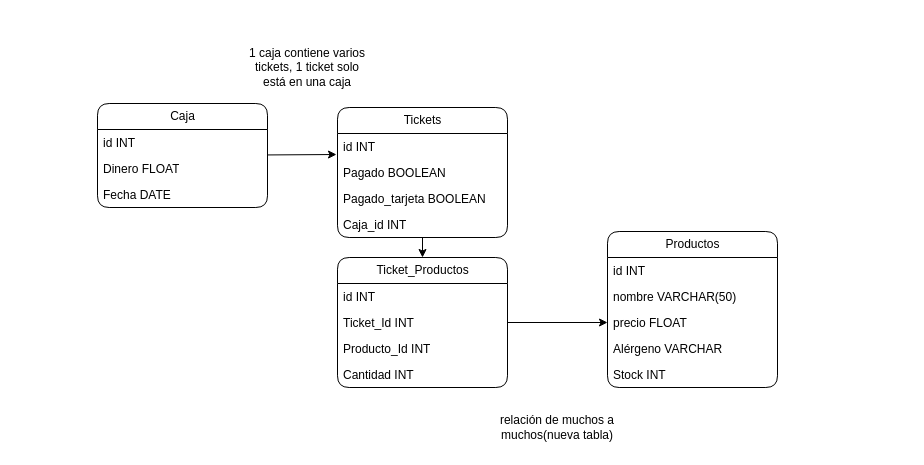
Earlier version of the draw.io diagram BBDD/ModeloRelacional.drawio (MarioMunPeq/Cafeteria-Java-1DAM). Source tidied: cells renumbered, new cells numbered last; positions are measured from the earlier drawing's top-left corner, leaving out a move shared by most shapes. Both pictures are drawn from the tidied source at 100%, with x=0, y=0 at pixel (97, 47).
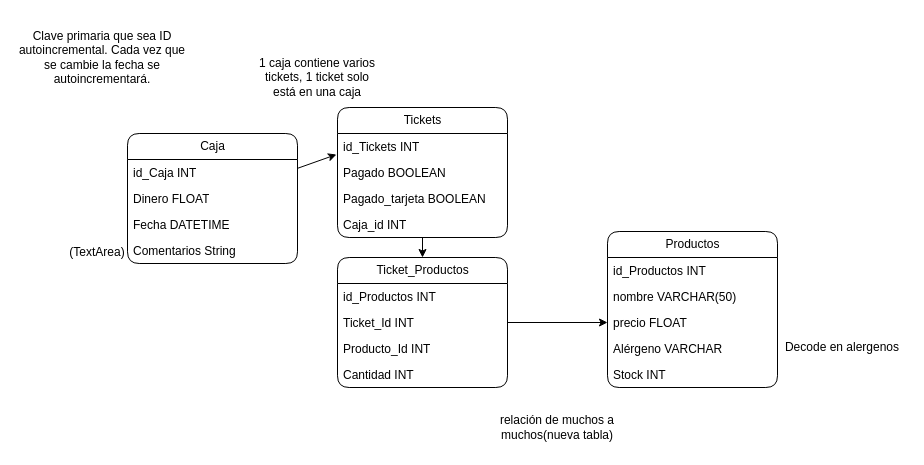
Above is the later version.

The change refers to these unchanged cells:
```xml
<mxCell id="8" value="Tickets" style="swimlane;fontStyle=0;horizontal=1;startSize=26;fillColor=none;html=1;rounded=1;" parent="1" vertex="1">
  <mxGeometry x="240" y="60" width="170" height="130" as="geometry" />
</mxCell>
<mxCell id="13" value="Ticket_Productos" style="swimlane;fontStyle=0;horizontal=1;startSize=26;fillColor=none;html=1;rounded=1;" parent="1" vertex="1">
  <mxGeometry x="240" y="210" width="170" height="130" as="geometry" />
</mxCell>
<mxCell id="18" value="Productos" style="swimlane;fontStyle=0;horizontal=1;startSize=26;fillColor=none;html=1;rounded=1;" parent="1" vertex="1">
  <mxGeometry x="510" y="184" width="170" height="156" as="geometry" />
</mxCell>
```

Diff of the diagram source:
```diff
@@
     <mxCell id="3" value="Caja" style="swimlane;fontStyle=0;horizontal=1;startSize=26;fillColor=none;html=1;rounded=1;" parent="1" vertex="1">
-      <mxGeometry y="56" width="170" height="104" as="geometry" />
+      <mxGeometry x="30" y="86" width="170" height="130" as="geometry" />
     </mxCell>
-    <mxCell id="4" value="id INT" style="text;strokeColor=none;fillColor=none;align=left;verticalAlign=top;spacingLeft=4;spacingRight=4;overflow=hidden;whiteSpace=wrap;html=1;rounded=1;" parent="3" vertex="1">
+    <mxCell id="4" value="id_Caja INT" style="text;strokeColor=none;fillColor=none;align=left;verticalAlign=top;spacingLeft=4;spacingRight=4;overflow=hidden;whiteSpace=wrap;html=1;rounded=1;" parent="3" vertex="1">
       <mxGeometry y="26" width="170" height="26" as="geometry" />
     </mxCell>
@@
-    <mxCell id="6" value="Fecha DATE" style="text;strokeColor=none;fillColor=none;align=left;verticalAlign=top;spacingLeft=4;spacingRight=4;overflow=hidden;whiteSpace=wrap;html=1;rounded=1;" parent="3" vertex="1">
+    <mxCell id="6" value="Fecha DATETIME" style="text;strokeColor=none;fillColor=none;align=left;verticalAlign=top;spacingLeft=4;spacingRight=4;overflow=hidden;whiteSpace=wrap;html=1;rounded=1;" parent="3" vertex="1">
       <mxGeometry y="78" width="170" height="26" as="geometry" />
     </mxCell>
+    <mxCell id="27" value="Comentarios String" style="text;strokeColor=none;fillColor=none;align=left;verticalAlign=top;spacingLeft=4;spacingRight=4;overflow=hidden;whiteSpace=wrap;html=1;rounded=1;" parent="3" vertex="1">
+      <mxGeometry y="104" width="170" height="26" as="geometry" />
+    </mxCell>
@@
-    <mxCell id="9" value="id INT" style="text;strokeColor=none;fillColor=none;align=left;verticalAlign=top;spacingLeft=4;spacingRight=4;overflow=hidden;points=[[0,0.5],[1,0.5]];portConstraint=eastwest;whiteSpace=wrap;html=1;rounded=1;" parent="8" vertex="1">
+    <mxCell id="9" value="id_Tickets INT" style="text;strokeColor=none;fillColor=none;align=left;verticalAlign=top;spacingLeft=4;spacingRight=4;overflow=hidden;points=[[0,0.5],[1,0.5]];portConstraint=eastwest;whiteSpace=wrap;html=1;rounded=1;" parent="8" vertex="1">
       <mxGeometry y="26" width="170" height="26" as="geometry" />
     </mxCell>
@@
-    <mxCell id="14" value="id INT" style="text;strokeColor=none;fillColor=none;align=left;verticalAlign=top;spacingLeft=4;spacingRight=4;overflow=hidden;whiteSpace=wrap;html=1;rounded=1;" parent="13" vertex="1">
+    <mxCell id="14" value="id_Productos INT" style="text;strokeColor=none;fillColor=none;align=left;verticalAlign=top;spacingLeft=4;spacingRight=4;overflow=hidden;whiteSpace=wrap;html=1;rounded=1;" parent="13" vertex="1">
       <mxGeometry y="26" width="170" height="26" as="geometry" />
     </mxCell>
@@
-    <mxCell id="19" value="id INT" style="text;strokeColor=none;fillColor=none;align=left;verticalAlign=top;spacingLeft=4;spacingRight=4;overflow=hidden;whiteSpace=wrap;html=1;rounded=1;" parent="18" vertex="1">
+    <mxCell id="19" value="id_Productos INT" style="text;strokeColor=none;fillColor=none;align=left;verticalAlign=top;spacingLeft=4;spacingRight=4;overflow=hidden;whiteSpace=wrap;html=1;rounded=1;" parent="18" vertex="1">
       <mxGeometry y="26" width="170" height="26" as="geometry" />
     </mxCell>
@@
     <mxCell id="25" value="1 caja contiene varios tickets, 1 ticket solo está en una caja" style="text;html=1;strokeColor=none;fillColor=none;align=center;verticalAlign=middle;whiteSpace=wrap;rounded=1;" parent="1" vertex="1">
-      <mxGeometry x="150" width="120" height="40" as="geometry" />
+      <mxGeometry x="160" y="10" width="120" height="40" as="geometry" />
     </mxCell>
@@
+    <mxCell id="28" value="Decode en alergenos" style="text;html=1;strokeColor=none;fillColor=none;align=center;verticalAlign=middle;whiteSpace=wrap;rounded=0;" parent="1" vertex="1">
+      <mxGeometry x="680" y="290" width="130" height="20" as="geometry" />
+    </mxCell>
+    <mxCell id="29" value="Clave primaria que sea ID autoincremental. Cada vez que se cambie la fecha se autoincrementará.&lt;br&gt;" style="text;html=1;strokeColor=none;fillColor=none;align=center;verticalAlign=middle;whiteSpace=wrap;rounded=0;" parent="1" vertex="1">
+      <mxGeometry x="-80" y="-30" width="170" height="80" as="geometry" />
+    </mxCell>
+    <mxCell id="30" value="(TextArea)" style="text;html=1;strokeColor=none;fillColor=none;align=center;verticalAlign=middle;whiteSpace=wrap;rounded=0;" parent="1" vertex="1">
+      <mxGeometry x="-30" y="200" width="60" height="10" as="geometry" />
+    </mxCell>
```
